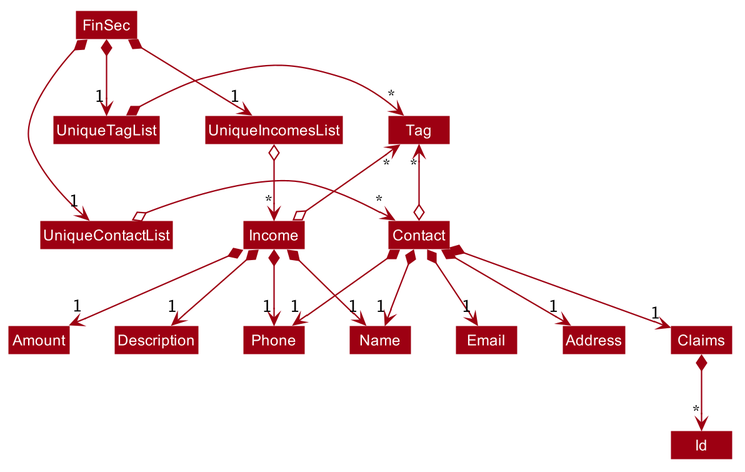
AY1920S1-CS2103T-W12-1/main keeps this PlantUML diagram as images/BetterModelClassDiagram.png. Above is the earlier version.
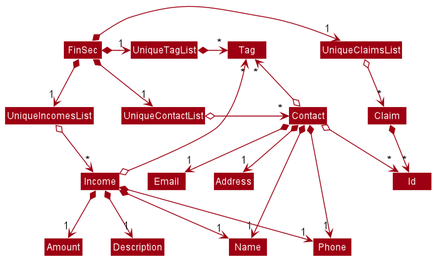
Above is the later version.

The edit, as a diff of the source:
```diff
@@ -53,6 +53,7 @@
 skinparam classBackgroundColor #9D0012
 
 FinSec *-right-> "1" UniqueContactList
+FinSec *-right-> "1" UniqueClaimsList
 FinSec *-right-> "1" UniqueTagList
 FinSec *-down-> "1" UniqueIncomesList
 UniqueTagList -[hidden]down- UniqueContactList
@@ -61,6 +62,7 @@
 UniqueTagList *-right-> "*" Tag
 UniqueContactList o-right-> "*" Contact
 UniqueIncomesList o-down-> "*" Income
+UniqueClaimsList o-right-> "*" Claim
 
 Contact o-up-> "*" Tag
 Income o-up-> "*" Tag
@@ -68,8 +70,8 @@
 Contact *--> "1" Phone
 Contact *--> "1" Email
 Contact *--> "1" Address
-Contact *--> "1" Claims
-Claims *--> "*" Id
+Contact o--> "*" Id
+Claim *--> "*" Id
 Income *--> "1" Name
 Income *--> "1" Description
 Income *--> "1" Phone
```
